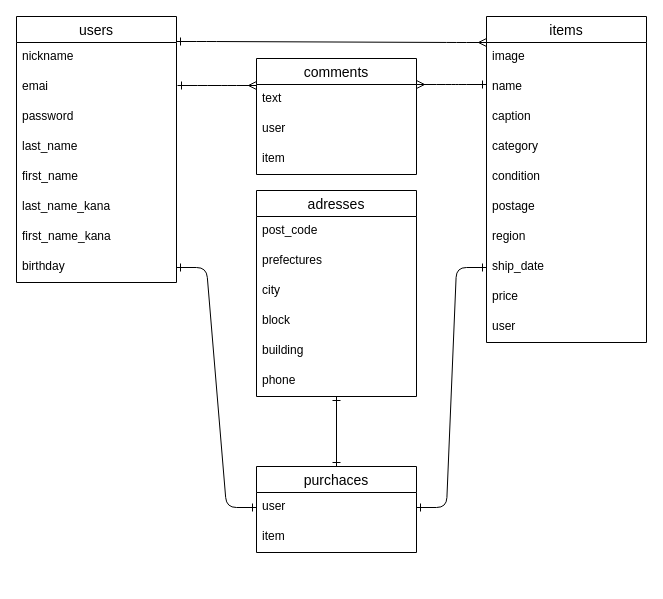
This is furima.dio from ngkwdsk/furima-40473, a draw.io file, before an edit. Source tidied: cells renumbered, new cells numbered last; positions are measured from the earlier drawing's top-left corner, leaving out a move shared by most shapes. Both pictures are drawn from the tidied source at 100%, with x=0, y=0 at pixel (16, 16).
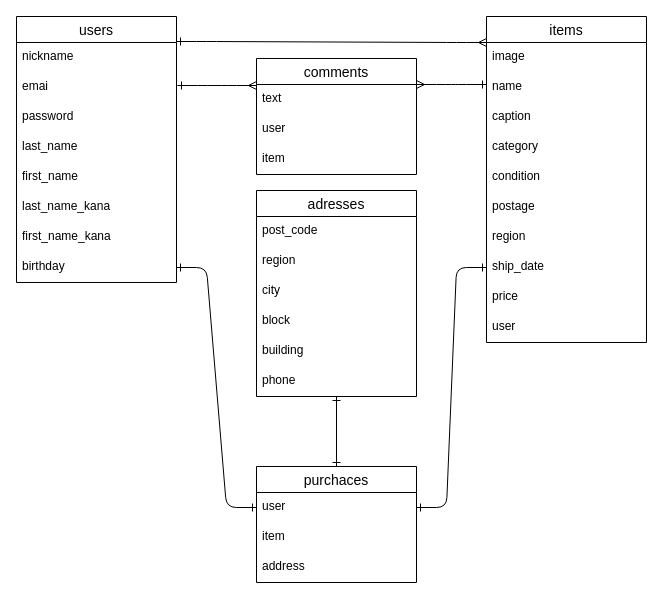
The same diagram, later.

Commit message (it also covers changes not shown here):
テーブル設計の修正

The change refers to these unchanged cells:
```xml
<mxCell id="30" value="adresses" style="swimlane;fontStyle=0;horizontal=1;startSize=26;align=center;fontSize=14;" parent="1" vertex="1">
  <mxGeometry x="240" y="174" width="160" height="206" as="geometry" />
</mxCell>
```

Change to the diagram source:
```diff
@@
-    <mxCell id="32" value="prefectures&#10;&#10;&#10;" style="text;strokeColor=none;fillColor=none;spacingLeft=4;spacingRight=4;overflow=hidden;fontSize=12;" parent="30" vertex="1">
+    <mxCell id="32" value="region" style="text;strokeColor=none;fillColor=none;spacingLeft=4;spacingRight=4;overflow=hidden;fontSize=12;" parent="30" vertex="1">
       <mxGeometry y="56" width="160" height="30" as="geometry" />
     </mxCell>
@@
     <mxCell id="37" value="purchaces" style="swimlane;fontStyle=0;horizontal=1;startSize=26;align=center;fontSize=14;" parent="1" vertex="1">
-      <mxGeometry x="240" y="450" width="160" height="86" as="geometry" />
+      <mxGeometry x="240" y="450" width="160" height="116" as="geometry" />
     </mxCell>
@@
+    <mxCell id="42" value="address" style="text;strokeColor=none;fillColor=none;spacingLeft=4;spacingRight=4;overflow=hidden;fontSize=12;" parent="37" vertex="1">
+      <mxGeometry y="86" width="160" height="30" as="geometry" />
+    </mxCell>
```
